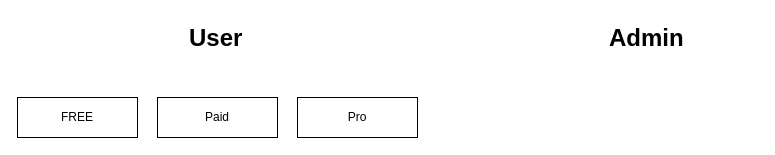
This is Untitled Diagram.drawio from teexiii/drawio-storage, a draw.io file, before an edit. Source tidied: cells renumbered, new cells numbered last; positions are measured from the earlier drawing's top-left corner, leaving out a move shared by most shapes. Both pictures are drawn from the tidied source at 100%, with x=0, y=0 at pixel (17, 17).
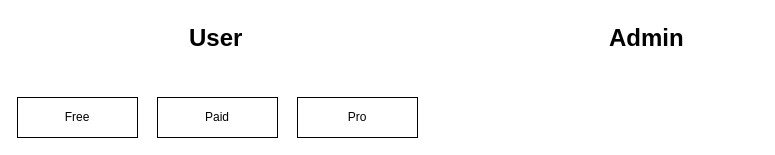
The same diagram, later.

Diff of the diagram source:
```diff
@@
 <mxGraphModel>
   <root>
     <mxCell id="0" />
     <mxCell id="1" parent="0" />
     <mxCell id="2" value="&lt;h1 style=&quot;margin-top: 0px;&quot;&gt;User&lt;/h1&gt;" style="text;html=1;whiteSpace=wrap;overflow=hidden;rounded=0;" parent="1" vertex="1">
       <mxGeometry x="170" width="60" height="40" as="geometry" />
     </mxCell>
     <mxCell id="3" value="&lt;h1 style=&quot;margin-top: 0px;&quot;&gt;Admin&lt;/h1&gt;" style="text;html=1;whiteSpace=wrap;overflow=hidden;rounded=0;" parent="1" vertex="1">
       <mxGeometry x="590" width="150" height="50" as="geometry" />
     </mxCell>
-    <mxCell id="4" value="FREE" style="whiteSpace=wrap;html=1;" parent="1" vertex="1">
+    <mxCell id="4" value="Free" style="whiteSpace=wrap;html=1;" parent="1" vertex="1">
       <mxGeometry y="80" width="120" height="40" as="geometry" />
     </mxCell>
     <mxCell id="5" value="Paid" style="whiteSpace=wrap;html=1;" parent="1" vertex="1">
       <mxGeometry x="140" y="80" width="120" height="40" as="geometry" />
     </mxCell>
     <mxCell id="6" value="Pro" style="whiteSpace=wrap;html=1;" parent="1" vertex="1">
       <mxGeometry x="280" y="80" width="120" height="40" as="geometry" />
     </mxCell>
   </root>
 </mxGraphModel>
```
